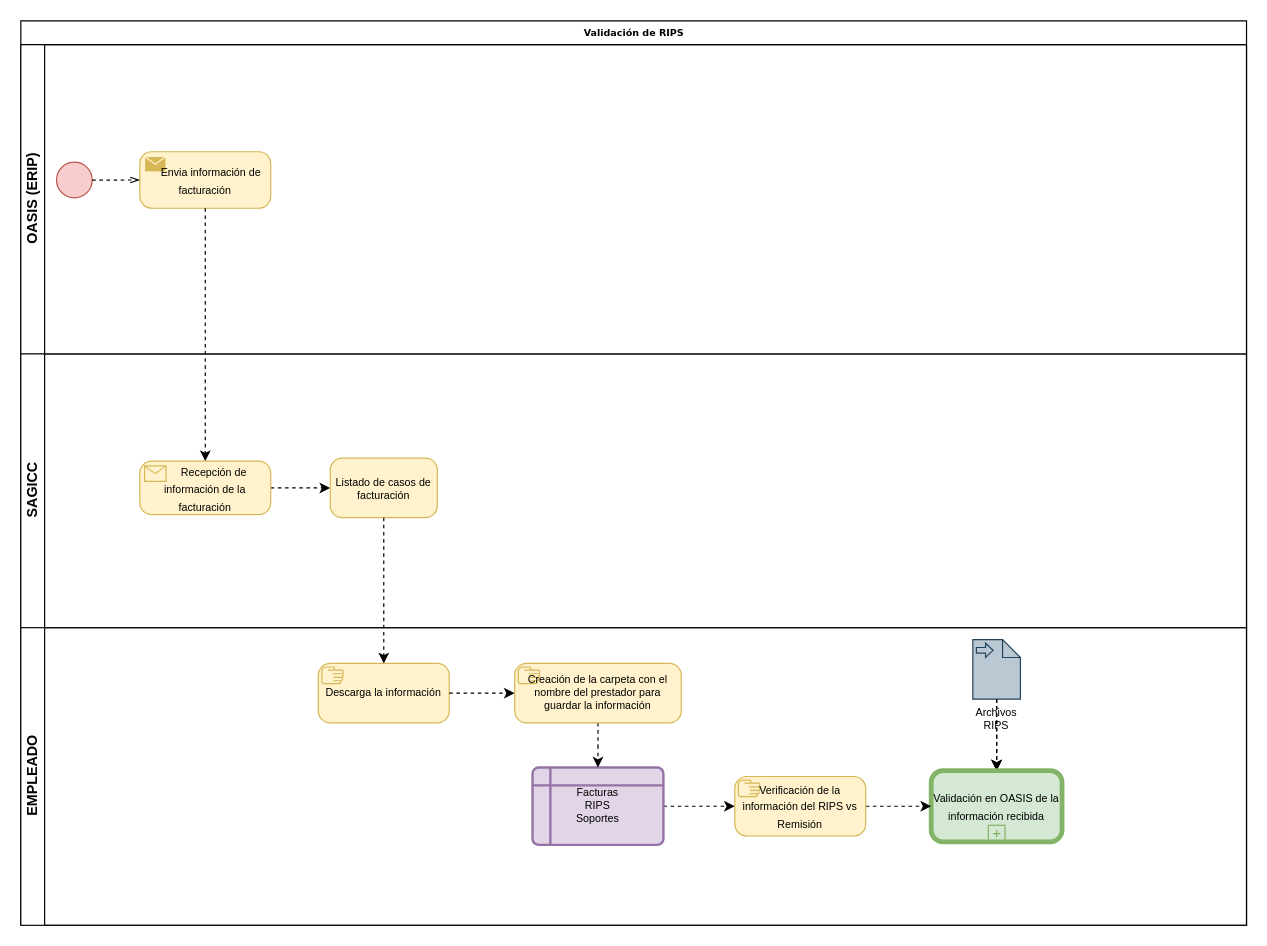
kevinjporto/Diagramas-de-procesos keeps this draw.io diagram as page "Validación de RIPS" (2 of 2) of Diagrama sin título.drawio. Above is the earlier version. Source tidied: cells renumbered, new cells numbered last; positions are measured from the earlier drawing's top-left corner, leaving out a move shared by most shapes. Both pictures are drawn from the tidied source at 119%, with x=0, y=0 at pixel (20, 20).
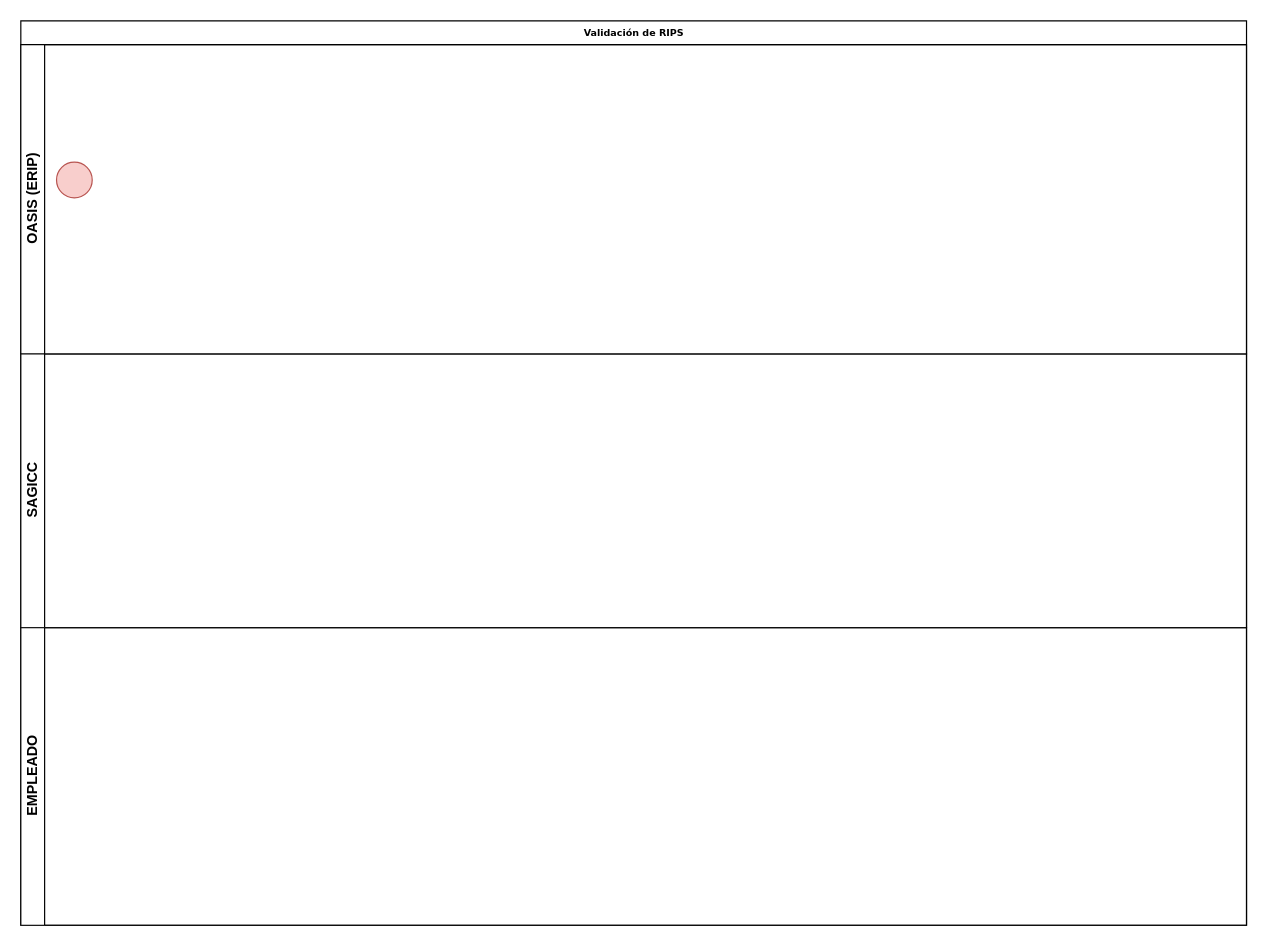
The same diagram, later.

The change refers to these unchanged cells:
```xml
<mxCell id="2" value="Validación de RIPS" style="swimlane;html=1;horizontal=1;startSize=20;rounded=0;shadow=0;labelBackgroundColor=none;strokeWidth=1;fontFamily=Verdana;fontSize=8;align=center;" parent="1" vertex="1">
  <mxGeometry width="1030" height="760" as="geometry" />
</mxCell>
<mxCell id="3" value="OASIS (ERIP)" style="swimlane;html=1;startSize=20;horizontal=0;" parent="2" vertex="1">
  <mxGeometry y="20" width="1030" height="260" as="geometry" />
</mxCell>
<mxCell id="4" style="ellipse;whiteSpace=wrap;html=1;rounded=0;shadow=0;labelBackgroundColor=none;strokeWidth=1;fontFamily=Verdana;fontSize=8;align=center;fillColor=#f8cecc;strokeColor=#b85450;" parent="3" vertex="1">
  <mxGeometry x="30" y="98.8" width="30" height="30" as="geometry" />
</mxCell>
<mxCell id="7" value="SAGICC" style="swimlane;html=1;startSize=20;horizontal=0;" parent="2" vertex="1">
  <mxGeometry y="280" width="1030" height="230" as="geometry" />
</mxCell>
<mxCell id="11" value="EMPLEADO" style="swimlane;html=1;startSize=20;horizontal=0;" parent="2" vertex="1">
  <mxGeometry y="510" width="1030" height="250" as="geometry" />
</mxCell>
```

Diff of the diagram source:
```diff
@@
-    <mxCell id="5" value="&lt;font style=&quot;font-size: 9px;&quot;&gt;&amp;nbsp; &amp;nbsp;&lt;span style=&quot;white-space: pre;&quot;&gt; &lt;/span&gt;Envia información de facturación&lt;/font&gt;" style="points=[[0.25,0,0],[0.5,0,0],[0.75,0,0],[1,0.25,0],[1,0.5,0],[1,0.75,0],[0.75,1,0],[0.5,1,0],[0.25,1,0],[0,0.75,0],[0,0.5,0],[0,0.25,0]];shape=mxgraph.bpmn.task;whiteSpace=wrap;rectStyle=rounded;size=10;html=1;taskMarker=send;fillColor=#fff2cc;strokeColor=#d6b656;" parent="3" vertex="1">
-      <mxGeometry x="100" y="90" width="110" height="47.5" as="geometry" />
-    </mxCell>
-    <mxCell id="6" style="edgeStyle=elbowEdgeStyle;fontSize=12;html=1;endFill=0;startFill=0;endSize=6;startSize=6;dashed=1;endArrow=openThin;startArrow=none;rounded=0;exitX=1;exitY=0.5;exitDx=0;exitDy=0;entryX=0;entryY=0.5;entryDx=0;entryDy=0;entryPerimeter=0;" parent="3" edge="1" source="4" target="5">
-      <mxGeometry relative="1" as="geometry" />
-    </mxCell>
@@
-    <mxCell id="8" style="edgeStyle=orthogonalEdgeStyle;rounded=0;jettySize=auto;html=1;fontSize=9;dashed=1;entryX=0;entryY=0.5;entryDx=0;entryDy=0;entryPerimeter=0;" parent="7" edge="1" source="9" target="10">
-      <mxGeometry relative="1" as="geometry" />
-    </mxCell>
-    <mxCell id="9" value="&lt;font style=&quot;font-size: 9px;&quot;&gt;&amp;nbsp; &amp;nbsp; &amp;nbsp; Recepción de información de la facturación&lt;/font&gt;" style="points=[[0.25,0,0],[0.5,0,0],[0.75,0,0],[1,0.25,0],[1,0.5,0],[1,0.75,0],[0.75,1,0],[0.5,1,0],[0.25,1,0],[0,0.75,0],[0,0.5,0],[0,0.25,0]];shape=mxgraph.bpmn.task;whiteSpace=wrap;rectStyle=rounded;size=10;html=1;taskMarker=receive;fillColor=#fff2cc;strokeColor=#d6b656;" parent="7" vertex="1">
-      <mxGeometry x="100" y="90" width="110" height="45" as="geometry" />
-    </mxCell>
-    <mxCell id="10" value="Listado de casos de facturación" style="points=[[0.25,0,0],[0.5,0,0],[0.75,0,0],[1,0.25,0],[1,0.5,0],[1,0.75,0],[0.75,1,0],[0.5,1,0],[0.25,1,0],[0,0.75,0],[0,0.5,0],[0,0.25,0]];shape=mxgraph.bpmn.task;whiteSpace=wrap;rectStyle=rounded;size=10;html=1;taskMarker=abstract;fontSize=9;fillColor=#fff2cc;strokeColor=#d6b656;" parent="7" vertex="1">
-      <mxGeometry x="260" y="87.5" width="90" height="50" as="geometry" />
-    </mxCell>
@@
-    <mxCell id="12" value="Descarga la información" style="points=[[0.25,0,0],[0.5,0,0],[0.75,0,0],[1,0.25,0],[1,0.5,0],[1,0.75,0],[0.75,1,0],[0.5,1,0],[0.25,1,0],[0,0.75,0],[0,0.5,0],[0,0.25,0]];shape=mxgraph.bpmn.task;whiteSpace=wrap;rectStyle=rounded;size=10;html=1;taskMarker=manual;fontSize=9;fillColor=#fff2cc;strokeColor=#d6b656;" parent="11" vertex="1">
-      <mxGeometry x="250" y="30" width="110" height="50" as="geometry" />
-    </mxCell>
-    <mxCell id="13" style="edgeStyle=orthogonalEdgeStyle;rounded=0;jettySize=auto;html=1;dashed=1;fontSize=9;exitX=1;exitY=0.5;exitDx=0;exitDy=0;entryX=0;entryY=0.5;entryDx=0;entryDy=0;entryPerimeter=0;" parent="11" edge="1" source="14" target="24">
-      <mxGeometry relative="1" as="geometry" />
-    </mxCell>
-    <mxCell id="14" value="Facturas&lt;br&gt;RIPS&lt;br&gt;Soportes" style="shape=internalStorage;whiteSpace=wrap;html=1;dx=15;dy=15;rounded=1;arcSize=8;strokeWidth=2;fontSize=9;fillColor=#e1d5e7;strokeColor=#9673a6;" parent="11" vertex="1">
-      <mxGeometry x="430" y="117.5" width="110" height="65" as="geometry" />
-    </mxCell>
-    <mxCell id="15" style="edgeStyle=orthogonalEdgeStyle;rounded=0;jettySize=auto;html=1;dashed=1;fontSize=9;entryX=0;entryY=0.5;entryDx=0;entryDy=0;entryPerimeter=0;" parent="11" edge="1" source="12" target="22">
-      <mxGeometry relative="1" as="geometry" />
-    </mxCell>
-    <mxCell id="16" style="edgeStyle=orthogonalEdgeStyle;rounded=0;jettySize=auto;html=1;dashed=1;fontSize=9;" parent="11" edge="1" source="18" target="20">
-      <mxGeometry relative="1" as="geometry" />
-    </mxCell>
-    <mxCell id="17" style="edgeStyle=orthogonalEdgeStyle;rounded=0;jettySize=auto;html=1;dashed=1;fontSize=9;" parent="11" edge="1" source="18" target="20">
-      <mxGeometry relative="1" as="geometry" />
-    </mxCell>
-    <mxCell id="18" value="Archivos RIPS" style="shape=mxgraph.bpmn.data;labelPosition=center;verticalLabelPosition=bottom;align=center;verticalAlign=top;whiteSpace=wrap;size=15;html=1;bpmnTransferType=input;fontSize=9;fillColor=#bac8d3;strokeColor=#23445d;" parent="11" vertex="1">
-      <mxGeometry x="800" y="10" width="40" height="50" as="geometry" />
-    </mxCell>
-    <mxCell id="19" style="edgeStyle=orthogonalEdgeStyle;rounded=0;jettySize=auto;html=1;entryX=0.5;entryY=0;entryDx=0;entryDy=0;dashed=1;fontSize=9;entryPerimeter=0;" parent="11" edge="1" source="18" target="20">
-      <mxGeometry relative="1" as="geometry" />
-    </mxCell>
-    <mxCell id="20" value="&lt;font style=&quot;font-size: 9px;&quot;&gt;Validación en OASIS de la información recibida&lt;/font&gt;" style="points=[[0.25,0,0],[0.5,0,0],[0.75,0,0],[1,0.25,0],[1,0.5,0],[1,0.75,0],[0.75,1,0],[0.5,1,0],[0.25,1,0],[0,0.75,0],[0,0.5,0],[0,0.25,0]];shape=mxgraph.bpmn.task;whiteSpace=wrap;rectStyle=rounded;size=10;html=1;bpmnShapeType=call;isLoopSub=1;fillColor=#d5e8d4;strokeColor=#82b366;" parent="11" vertex="1">
-      <mxGeometry x="765" y="120" width="110" height="60" as="geometry" />
-    </mxCell>
-    <mxCell id="21" style="edgeStyle=orthogonalEdgeStyle;rounded=0;jettySize=auto;html=1;entryX=0.5;entryY=0;entryDx=0;entryDy=0;dashed=1;fontSize=9;" parent="11" edge="1" source="22" target="14">
-      <mxGeometry relative="1" as="geometry" />
-    </mxCell>
-    <mxCell id="22" value="Creación de la carpeta con el nombre del prestador para guardar la información" style="points=[[0.25,0,0],[0.5,0,0],[0.75,0,0],[1,0.25,0],[1,0.5,0],[1,0.75,0],[0.75,1,0],[0.5,1,0],[0.25,1,0],[0,0.75,0],[0,0.5,0],[0,0.25,0]];shape=mxgraph.bpmn.task;whiteSpace=wrap;rectStyle=rounded;size=10;html=1;taskMarker=manual;fontSize=9;fillColor=#fff2cc;strokeColor=#d6b656;" parent="11" vertex="1">
-      <mxGeometry x="415" y="30" width="140" height="50" as="geometry" />
-    </mxCell>
-    <mxCell id="23" style="edgeStyle=orthogonalEdgeStyle;rounded=0;jettySize=auto;html=1;fontSize=9;exitX=1;exitY=0.5;exitDx=0;exitDy=0;exitPerimeter=0;dashed=1;" parent="11" edge="1" source="24" target="20">
-      <mxGeometry relative="1" as="geometry" />
-    </mxCell>
-    <mxCell id="24" value="&lt;font style=&quot;font-size: 9px;&quot;&gt;Verificación de la información del RIPS vs Remisión&lt;/font&gt;" style="points=[[0.25,0,0],[0.5,0,0],[0.75,0,0],[1,0.25,0],[1,0.5,0],[1,0.75,0],[0.75,1,0],[0.5,1,0],[0.25,1,0],[0,0.75,0],[0,0.5,0],[0,0.25,0]];shape=mxgraph.bpmn.task;whiteSpace=wrap;rectStyle=rounded;size=10;html=1;taskMarker=manual;fillColor=#fff2cc;strokeColor=#d6b656;" parent="11" vertex="1">
-      <mxGeometry x="600" y="125" width="110" height="50" as="geometry" />
-    </mxCell>
-    <mxCell id="25" style="edgeStyle=orthogonalEdgeStyle;rounded=0;jettySize=auto;html=1;entryX=0.5;entryY=0;entryDx=0;entryDy=0;entryPerimeter=0;fontSize=9;dashed=1;" parent="2" edge="1" source="5" target="9">
-      <mxGeometry relative="1" as="geometry" />
-    </mxCell>
-    <mxCell id="26" style="edgeStyle=orthogonalEdgeStyle;rounded=0;jettySize=auto;html=1;entryX=0.5;entryY=0;entryDx=0;entryDy=0;entryPerimeter=0;dashed=1;fontSize=9;" parent="2" edge="1" source="10" target="12">
-      <mxGeometry relative="1" as="geometry" />
-    </mxCell>
```
